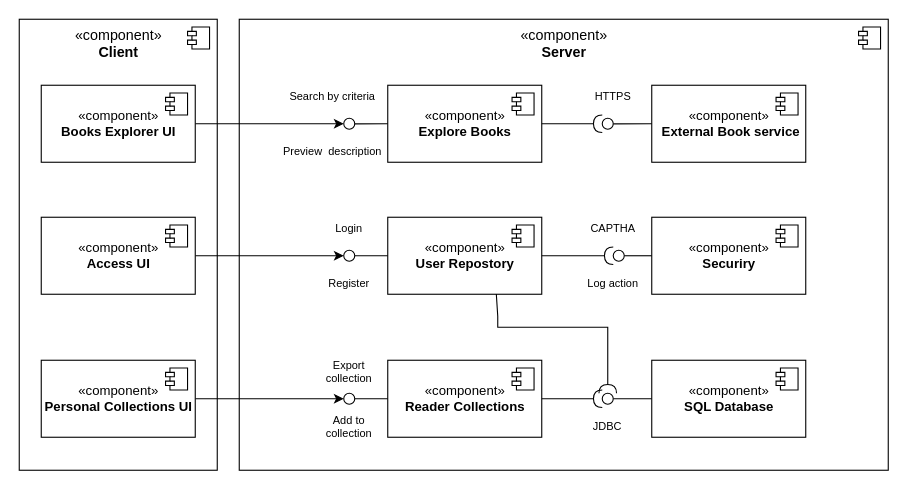
The draw.io diagram page "Component/ Service security" (2 of 3) of project/bookhub-architecture.drawio in ivanchuchulski/highly-secure-software, before the edit. Source tidied: cells renumbered, new cells numbered last; positions are measured from the earlier drawing's top-left corner, leaving out a move shared by most shapes. Both pictures are drawn from the tidied source at 110%, with x=0, y=0 at pixel (19, 19).
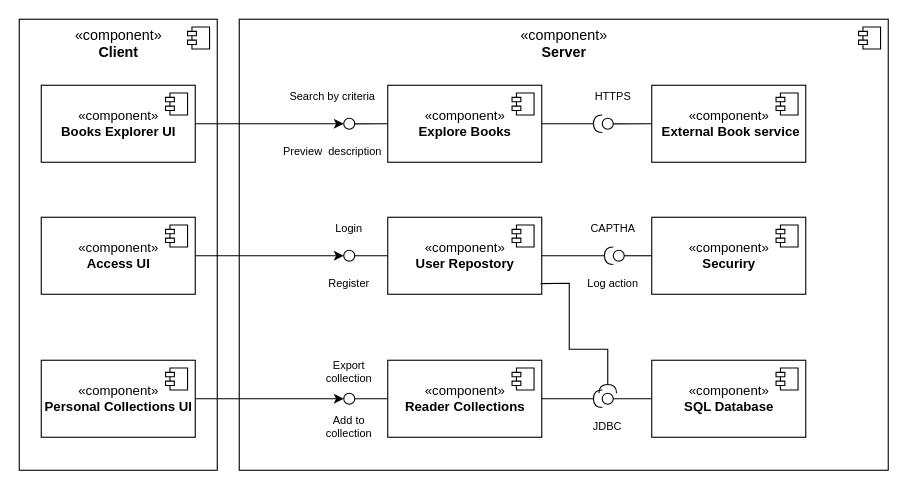
The same diagram, later.

Unchanged cells that the change refers to:
```xml
<mxCell id="15" style="ellipse;whiteSpace=wrap;html=1;align=center;points=[];outlineConnect=0;sketch=0;" parent="1" vertex="1">
  <mxGeometry x="530" y="340" width="10" height="10" as="geometry" />
</mxCell>
<mxCell id="16" value="«component»&lt;br&gt;&lt;b&gt;User Repostory&lt;/b&gt;" style="html=1;" parent="1" vertex="1">
  <mxGeometry x="335" y="180" width="140" height="70" as="geometry" />
</mxCell>
```

Change to the diagram source:
```diff
@@
-    <mxCell id="43" style="rounded=0;jettySize=auto;html=1;endArrow=halfCircle;endFill=0;endSize=6;strokeWidth=1;sketch=0;fontSize=10;exitX=0.705;exitY=0.997;exitDx=0;exitDy=0;exitPerimeter=0;" parent="1" edge="1" source="16" target="15">
+    <mxCell id="43" style="rounded=0;jettySize=auto;html=1;endArrow=halfCircle;endFill=0;endSize=6;strokeWidth=1;sketch=0;fontSize=10;exitX=0.992;exitY=0.862;exitDx=0;exitDy=0;exitPerimeter=0;" parent="1" edge="1" source="16" target="15">
       <mxGeometry relative="1" as="geometry">
         <Array as="points">
-          <mxPoint x="435" y="270" />
-          <mxPoint x="435" y="280" />
-          <mxPoint x="535" y="280" />
+          <mxPoint x="500" y="240" />
+          <mxPoint x="500" y="300" />
+          <mxPoint x="535" y="300" />
         </Array>
       </mxGeometry>
     </mxCell>
```
